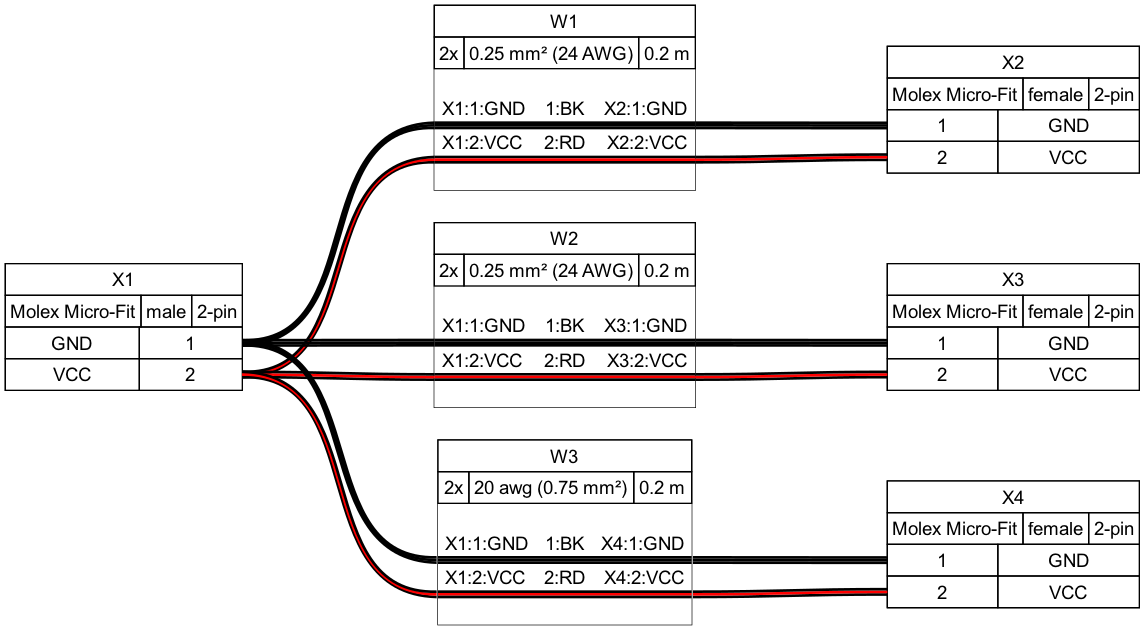
tobiasfalk/WireViz keeps this Graphviz diagram as examples/ex02.png. Above is the earlier version. Its source is kept beside it as examples/ex02.gv.
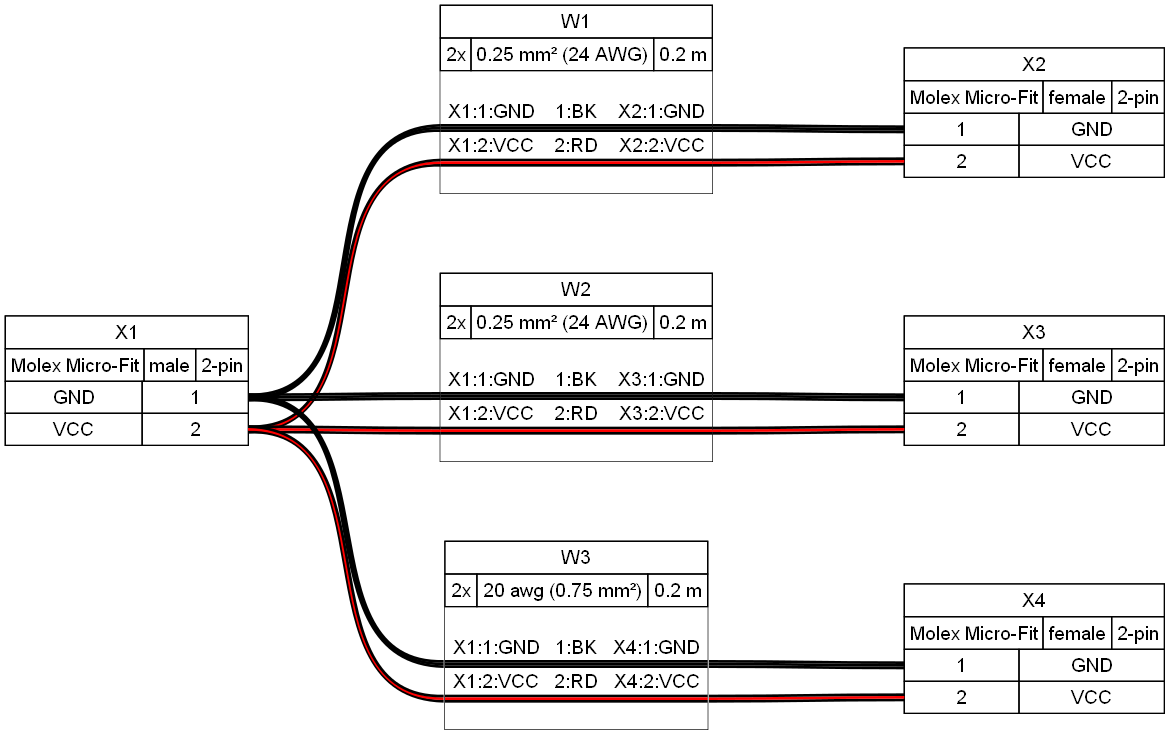
The same diagram one commit later.

Diff of the diagram source:
```diff
@@ -190,19 +190,7 @@
      <td align="right">X2:1:GND </td>
     </tr>
     <tr>
-     <td border="0" cellspacing="0" cellpadding="0" colspan="5" height="6" port="w1">
-      <table border="0" cellborder="0" cellspacing="0">
-       <tr>
-        <td bgcolor="#000000" border="0" cellpadding="0" colspan="5" height="2"></td>
-       </tr>
-       <tr>
-        <td bgcolor="#000000" border="0" cellpadding="0" colspan="5" height="2"></td>
-       </tr>
-       <tr>
-        <td bgcolor="#000000" border="0" cellpadding="0" colspan="5" height="2"></td>
-       </tr>
-      </table>
-     </td>
+     <td border="0" cellspacing="0" cellpadding="0" colspan="5" height="6" port="w1"></td>
     </tr>
     <tr>
      <td align="left"> X1:2:VCC</td>
@@ -212,19 +200,7 @@
      <td align="right">X2:2:VCC </td>
     </tr>
     <tr>
-     <td border="0" cellspacing="0" cellpadding="0" colspan="5" height="6" port="w2">
-      <table border="0" cellborder="0" cellspacing="0">
-       <tr>
-        <td bgcolor="#000000" border="0" cellpadding="0" colspan="5" height="2"></td>
-       </tr>
-       <tr>
-        <td bgcolor="#FF0000" border="0" cellpadding="0" colspan="5" height="2"></td>
-       </tr>
-       <tr>
-        <td bgcolor="#000000" border="0" cellpadding="0" colspan="5" height="2"></td>
-       </tr>
-      </table>
-     </td>
+     <td border="0" cellspacing="0" cellpadding="0" colspan="5" height="6" port="w2"></td>
     </tr>
     <tr>
      <td>&nbsp;</td>
@@ -240,6 +216,8 @@
 	edge [color="#000000:#FF0000:#000000"]
 	X1:p2r:e -- W1:w2:w
 	W1:w2:e -- X2:p2l:w
+	W1:w1:e -- W1:w1:w [color="#000000:#000000:#000000" straight=straight]
+	W1:w2:e -- W1:w2:w [color="#000000:#FF0000:#000000" straight=straight]
 	W2 [label=<
 <table border="0" cellspacing="0" cellpadding="0" bgcolor="#FFFFFF">
  <tr>
@@ -276,19 +254,7 @@
      <td align="right">X3:1:GND </td>
     </tr>
     <tr>
-     <td border="0" cellspacing="0" cellpadding="0" colspan="5" height="6" port="w1">
-      <table border="0" cellborder="0" cellspacing="0">
-       <tr>
-        <td bgcolor="#000000" border="0" cellpadding="0" colspan="5" height="2"></td>
-       </tr>
-       <tr>
-        <td bgcolor="#000000" border="0" cellpadding="0" colspan="5" height="2"></td>
-       </tr>
-       <tr>
-        <td bgcolor="#000000" border="0" cellpadding="0" colspan="5" height="2"></td>
-       </tr>
-      </table>
-     </td>
+     <td border="0" cellspacing="0" cellpadding="0" colspan="5" height="6" port="w1"></td>
     </tr>
     <tr>
      <td align="left"> X1:2:VCC</td>
@@ -298,19 +264,7 @@
      <td align="right">X3:2:VCC </td>
     </tr>
     <tr>
-     <td border="0" cellspacing="0" cellpadding="0" colspan="5" height="6" port="w2">
-      <table border="0" cellborder="0" cellspacing="0">
-       <tr>
-        <td bgcolor="#000000" border="0" cellpadding="0" colspan="5" height="2"></td>
-       </tr>
-       <tr>
-        <td bgcolor="#FF0000" border="0" cellpadding="0" colspan="5" height="2"></td>
-       </tr>
-       <tr>
-        <td bgcolor="#000000" border="0" cellpadding="0" colspan="5" height="2"></td>
-       </tr>
-      </table>
-     </td>
+     <td border="0" cellspacing="0" cellpadding="0" colspan="5" height="6" port="w2"></td>
     </tr>
     <tr>
      <td>&nbsp;</td>
@@ -326,6 +280,8 @@
 	edge [color="#000000:#FF0000:#000000"]
 	X1:p2r:e -- W2:w2:w
 	W2:w2:e -- X3:p2l:w
+	W2:w1:e -- W2:w1:w [color="#000000:#000000:#000000" straight=straight]
+	W2:w2:e -- W2:w2:w [color="#000000:#FF0000:#000000" straight=straight]
 	W3 [label=<
 <table border="0" cellspacing="0" cellpadding="0" bgcolor="#FFFFFF">
  <tr>
@@ -362,19 +318,7 @@
      <td align="right">X4:1:GND </td>
     </tr>
     <tr>
-     <td border="0" cellspacing="0" cellpadding="0" colspan="5" height="6" port="w1">
-      <table border="0" cellborder="0" cellspacing="0">
-       <tr>
-        <td bgcolor="#000000" border="0" cellpadding="0" colspan="5" height="2"></td>
-       </tr>
-       <tr>
-        <td bgcolor="#000000" border="0" cellpadding="0" colspan="5" height="2"></td>
-       </tr>
-       <tr>
-        <td bgcolor="#000000" border="0" cellpadding="0" colspan="5" height="2"></td>
-       </tr>
-      </table>
-     </td>
+     <td border="0" cellspacing="0" cellpadding="0" colspan="5" height="6" port="w1"></td>
     </tr>
     <tr>
      <td align="left"> X1:2:VCC</td>
@@ -384,19 +328,7 @@
      <td align="right">X4:2:VCC </td>
     </tr>
     <tr>
-     <td border="0" cellspacing="0" cellpadding="0" colspan="5" height="6" port="w2">
-      <table border="0" cellborder="0" cellspacing="0">
-       <tr>
-        <td bgcolor="#000000" border="0" cellpadding="0" colspan="5" height="2"></td>
-       </tr>
-       <tr>
-        <td bgcolor="#FF0000" border="0" cellpadding="0" colspan="5" height="2"></td>
-       </tr>
-       <tr>
-        <td bgcolor="#000000" border="0" cellpadding="0" colspan="5" height="2"></td>
-       </tr>
-      </table>
-     </td>
+     <td border="0" cellspacing="0" cellpadding="0" colspan="5" height="6" port="w2"></td>
     </tr>
     <tr>
      <td>&nbsp;</td>
@@ -412,4 +344,6 @@
 	edge [color="#000000:#FF0000:#000000"]
 	X1:p2r:e -- W3:w2:w
 	W3:w2:e -- X4:p2l:w
+	W3:w1:e -- W3:w1:w [color="#000000:#000000:#000000" straight=straight]
+	W3:w2:e -- W3:w2:w [color="#000000:#FF0000:#000000" straight=straight]
 }
```
